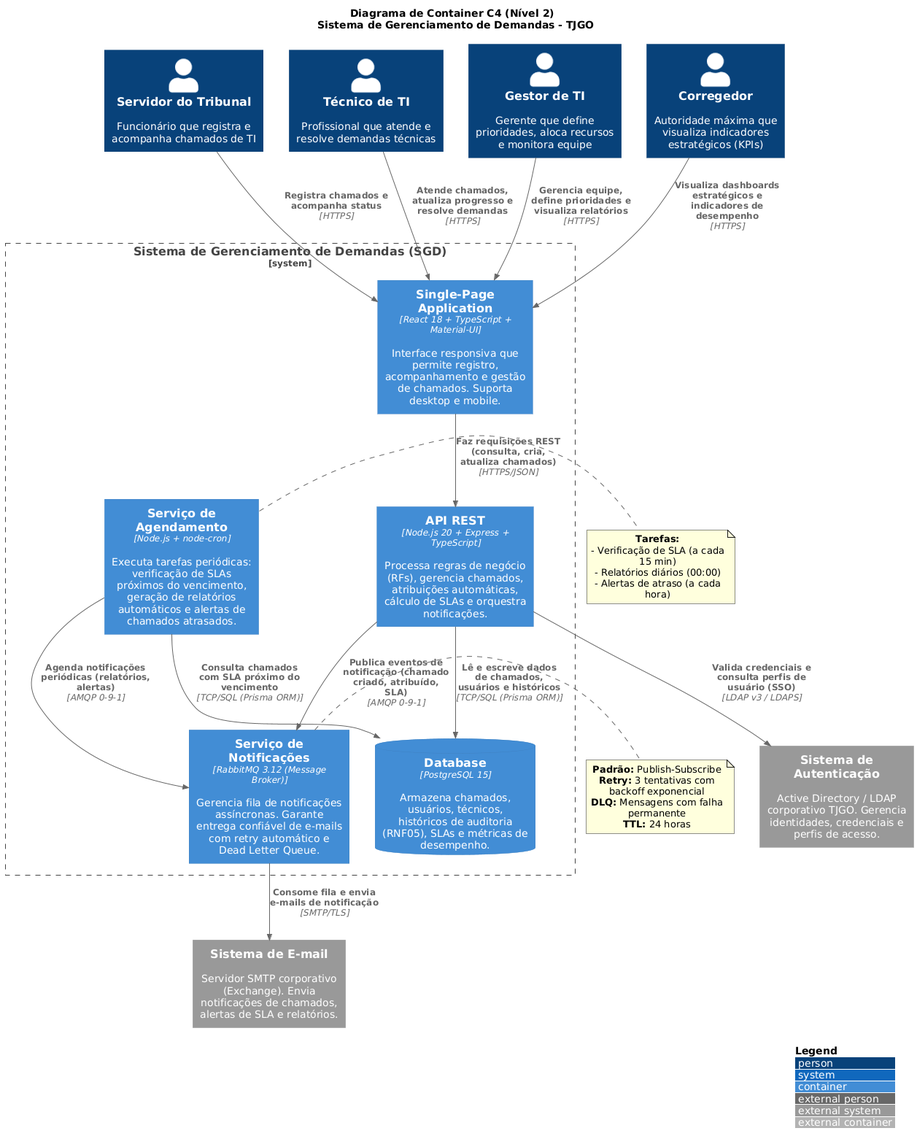
Before: imagens/DiagramaDeContainer_C4.png, a diagram exported from PlantUML (victor-alexandre/TJGO-Projeto-Software).
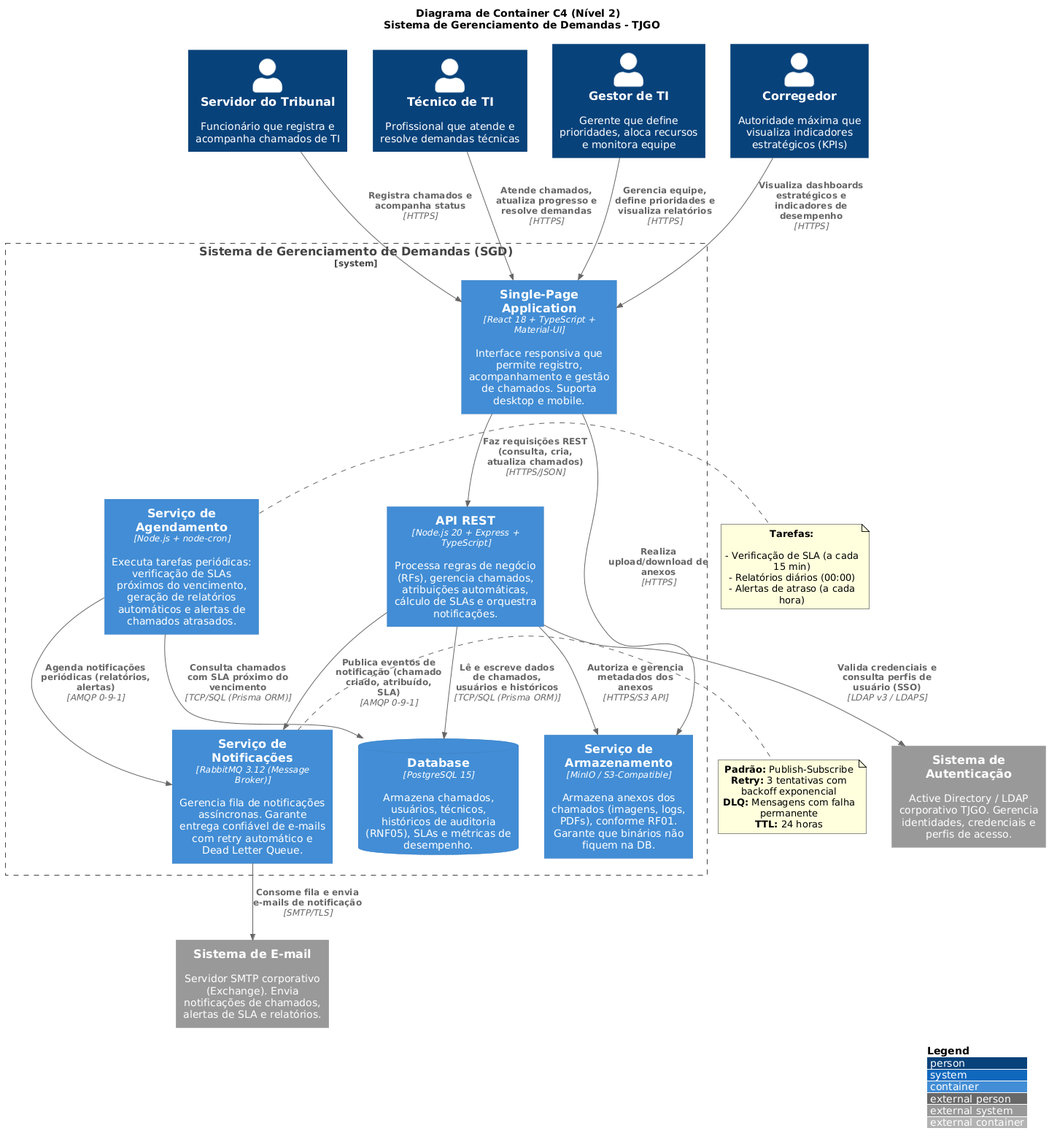
After the commit.

Commit message:
style: atualização da imagem do diagrama C4

The edit, as a diff of the source:
```diff
@@ -21,6 +21,9 @@
     Container(scheduler, "Serviço de Agendamento", "Node.js + node-cron", "Executa tarefas periódicas: verificação de SLAs próximos do vencimento, geração de relatórios automáticos e alertas de chamados atrasados.")
 
     Container(notification, "Serviço de Notificações", "RabbitMQ 3.12 (Message Broker)", "Gerencia fila de notificações assíncronas. Garante entrega confiável de e-mails com retry automático e Dead Letter Queue.")
+
+    Container(blob_storage, "Serviço de Armazenamento", "MinIO / S3-Compatible", "Armazena anexos dos chamados (imagens, logs, PDFs), conforme RF01. Garante que binários não fiquem na DB.")
+
 }
 
 System_Ext(auth_system, "Sistema de Autenticação", "Active Directory / LDAP corporativo TJGO. Gerencia identidades, credenciais e perfis de acesso.")
@@ -42,17 +45,22 @@
 
 Rel(api, auth_system, "Valida credenciais e consulta perfis de usuário (SSO)", "LDAP v3 / LDAPS")
 
+Rel(api, blob_storage, "Autoriza e gerencia metadados dos anexos", "HTTPS/S3 API")
+
+Rel(spa, blob_storage, "Realiza upload/download de anexos", "HTTPS")
+
 note right of notification
-  **Padrão:** Publish-Subscribe
-  **Retry:** 3 tentativas com backoff exponencial
-  **DLQ:** Mensagens com falha permanente
-  **TTL:** 24 horas
+**Padrão:** Publish-Subscribe
+**Retry:** 3 tentativas com backoff exponencial
+**DLQ:** Mensagens com falha permanente
+**TTL:** 24 horas
 end note
 
 note right of scheduler
-  **Tarefas:**
-  - Verificação de SLA (a cada 15 min)
-  - Relatórios diários (00:00)
-  - Alertas de atraso (a cada hora)
-end note
+**Tarefas:**
+
+- Verificação de SLA (a cada 15 min)
+- Relatórios diários (00:00)
+- Alertas de atraso (a cada hora)
+  end note
 @enduml
```
